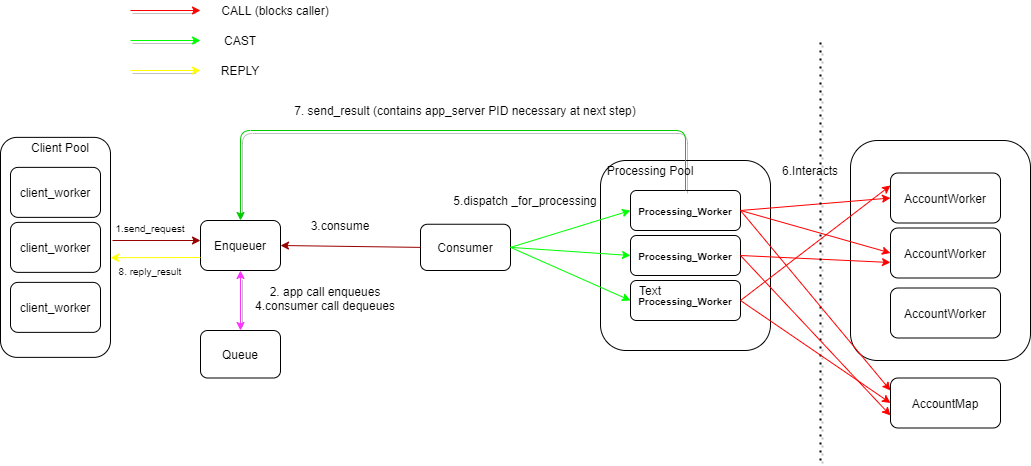
sanzor/Banking-Application keeps this draw.io diagram as system.png. Above is the earlier version. Source tidied: cells renumbered, new cells last; positions are measured from the earlier drawing's top-left corner, leaving out a move shared by most shapes.
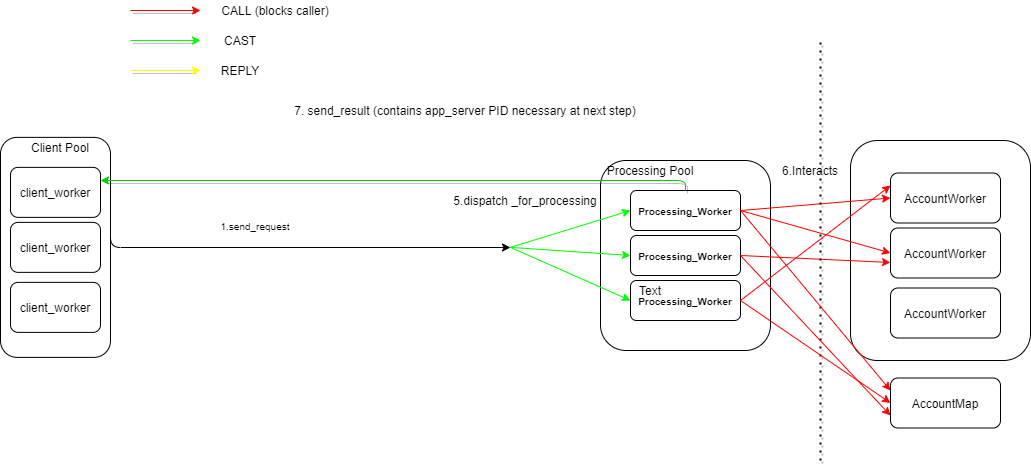
Above is the later version.

What changed in the source:
```diff
@@ -11,12 +11,6 @@
     <mxCell id="4" value="client_worker" style="rounded=1;whiteSpace=wrap;html=1;" parent="1" vertex="1">
       <mxGeometry x="10" y="221.9" width="90" height="50" as="geometry" />
     </mxCell>
-    <mxCell id="5" value="Enqueuer" style="rounded=1;whiteSpace=wrap;html=1;" parent="1" vertex="1">
-      <mxGeometry x="200" y="220" width="80" height="50" as="geometry" />
-    </mxCell>
-    <mxCell id="6" value="Consumer" style="rounded=1;whiteSpace=wrap;html=1;" parent="1" vertex="1">
-      <mxGeometry x="420" y="223.8" width="90" height="46.2" as="geometry" />
-    </mxCell>
     <mxCell id="7" value="Server" style="rounded=1;whiteSpace=wrap;html=1;" parent="1" vertex="1">
       <mxGeometry x="850" y="140" width="180" height="220" as="geometry" />
     </mxCell>
@@ -38,20 +32,20 @@
     <mxCell id="13" value="AccountWorker" style="rounded=1;whiteSpace=wrap;html=1;" parent="1" vertex="1">
       <mxGeometry x="890" y="287.5" width="110" height="50" as="geometry" />
     </mxCell>
-    <mxCell id="14" style="endArrow=classic;html=1;fillColor=#FF0000;strokeColor=#990000;" parent="1" edge="1">
-      <mxGeometry relative="1" as="geometry">
-        <mxPoint x="112" y="240" as="sourcePoint" />
-        <mxPoint x="200" y="240" as="targetPoint" />
-      </mxGeometry>
-    </mxCell>
-    <mxCell id="15" style="endArrow=classic;html=1;exitX=1;exitY=0.5;exitDx=0;exitDy=0;entryX=0;entryY=0.5;entryDx=0;entryDy=0;strokeColor=#00FF00;" parent="1" edge="1" source="6" target="8">
-      <mxGeometry relative="1" as="geometry" />
+    <mxCell id="15" style="endArrow=classic;html=1;exitX=1;exitY=0.5;exitDx=0;exitDy=0;entryX=0;entryY=0.5;entryDx=0;entryDy=0;strokeColor=#00FF00;" parent="1" edge="1" target="8">
+      <mxGeometry relative="1" as="geometry">
+        <mxPoint x="510" y="246.9" as="sourcePoint" />
+      </mxGeometry>
     </mxCell>
-    <mxCell id="16" style="endArrow=classic;html=1;exitX=1;exitY=0.5;exitDx=0;exitDy=0;entryX=0;entryY=0.5;entryDx=0;entryDy=0;strokeColor=#00FF00;" parent="1" edge="1" source="6" target="9">
-      <mxGeometry relative="1" as="geometry" />
+    <mxCell id="16" style="endArrow=classic;html=1;exitX=1;exitY=0.5;exitDx=0;exitDy=0;entryX=0;entryY=0.5;entryDx=0;entryDy=0;strokeColor=#00FF00;" parent="1" edge="1" target="9">
+      <mxGeometry relative="1" as="geometry">
+        <mxPoint x="510" y="246.9" as="sourcePoint" />
+      </mxGeometry>
     </mxCell>
-    <mxCell id="17" style="endArrow=classic;html=1;entryX=0;entryY=0.5;entryDx=0;entryDy=0;fillColor=#00FF00;strokeColor=#00FF00;exitX=1;exitY=0.5;exitDx=0;exitDy=0;" parent="1" edge="1" source="6" target="10">
-      <mxGeometry relative="1" as="geometry" />
+    <mxCell id="17" style="endArrow=classic;html=1;entryX=0;entryY=0.5;entryDx=0;entryDy=0;fillColor=#00FF00;strokeColor=#00FF00;exitX=1;exitY=0.5;exitDx=0;exitDy=0;" parent="1" edge="1" target="10">
+      <mxGeometry relative="1" as="geometry">
+        <mxPoint x="510" y="246.9" as="sourcePoint" />
+      </mxGeometry>
     </mxCell>
     <mxCell id="18" style="endArrow=classic;html=1;exitX=1;exitY=0.5;exitDx=0;exitDy=0;entryX=0;entryY=0.5;entryDx=0;entryDy=0;strokeColor=#FF0000;" parent="1" edge="1" source="8" target="12">
       <mxGeometry relative="1" as="geometry" />
@@ -67,36 +61,19 @@
     <mxCell id="21" style="endArrow=classic;html=1;exitX=1;exitY=0.5;exitDx=0;exitDy=0;entryX=0;entryY=0.25;entryDx=0;entryDy=0;fillColor=#FF0000;strokeColor=#FF0000;" parent="1" edge="1" source="10" target="12">
       <mxGeometry relative="1" as="geometry" />
     </mxCell>
-    <mxCell id="22" style="edgeStyle=elbowEdgeStyle;elbow=vertical;endArrow=classic;html=1;exitX=0.5;exitY=0;exitDx=0;exitDy=0;fillColor=#0000CC;shadow=1;strokeColor=#00CC00;" parent="1" edge="1" source="8" target="5">
+    <mxCell id="22" style="edgeStyle=elbowEdgeStyle;elbow=vertical;endArrow=classic;html=1;exitX=0.5;exitY=0;exitDx=0;exitDy=0;fillColor=#0000CC;shadow=1;strokeColor=#00CC00;entryX=1;entryY=0.25;entryDx=0;entryDy=0;" parent="1" edge="1" source="8" target="47">
       <mxGeometry relative="1" as="geometry">
         <Array as="points">
-          <mxPoint x="400" y="130" />
+          <mxPoint x="400" y="180" />
         </Array>
       </mxGeometry>
     </mxCell>
-    <mxCell id="23" value="Queue" style="rounded=1;whiteSpace=wrap;html=1;" parent="1" vertex="1">
-      <mxGeometry x="200" y="330" width="80" height="47.5" as="geometry" />
-    </mxCell>
-    <mxCell id="24" style="endArrow=classic;html=1;exitX=0;exitY=0.5;exitDx=0;exitDy=0;entryX=1;entryY=0.5;entryDx=0;entryDy=0;strokeColor=#990000;" parent="1" edge="1" source="6" target="5">
-      <mxGeometry relative="1" as="geometry" />
-    </mxCell>
     <mxCell id="25" value="Processing Pool" style="text;html=1;strokeColor=none;fillColor=none;align=center;verticalAlign=middle;whiteSpace=wrap;rounded=0;" parent="1" vertex="1">
       <mxGeometry x="600" y="160" width="100" height="20" as="geometry" />
     </mxCell>
-    <mxCell id="26" value="3.consume" style="text;html=1;strokeColor=none;fillColor=none;align=center;verticalAlign=middle;whiteSpace=wrap;rounded=0;" parent="1" vertex="1">
-      <mxGeometry x="320" y="215" width="40" height="20" as="geometry" />
-    </mxCell>
     <mxCell id="27" value="&lt;font style=&quot;font-size: 10px&quot;&gt;1.send_request&lt;/font&gt;" style="text;html=1;strokeColor=none;fillColor=none;align=center;verticalAlign=middle;whiteSpace=wrap;rounded=0;" parent="1" vertex="1">
-      <mxGeometry x="130" y="216.9" width="40" height="20" as="geometry" />
+      <mxGeometry x="235" y="215" width="40" height="20" as="geometry" />
     </mxCell>
-    <mxCell id="28" value="&lt;font style=&quot;font-size: 10px&quot;&gt;8. reply_result&lt;/font&gt;" style="text;html=1;strokeColor=none;fillColor=none;align=center;verticalAlign=middle;whiteSpace=wrap;rounded=0;" parent="1" vertex="1">
-      <mxGeometry x="100" y="260" width="100" height="20" as="geometry" />
-    </mxCell>
-    <mxCell id="29" style="endArrow=classic;html=1;strokeColor=#FFFF00;entryX=1;entryY=0.547;entryDx=0;entryDy=0;entryPerimeter=0;" parent="1" edge="1" target="2">
-      <mxGeometry relative="1" as="geometry">
-        <mxPoint x="200" y="257" as="sourcePoint" />
-      </mxGeometry>
-    </mxCell>
     <mxCell id="30" value="Text" style="text;html=1;strokeColor=none;fillColor=none;align=center;verticalAlign=middle;whiteSpace=wrap;rounded=0;" parent="1" vertex="1">
       <mxGeometry x="630" y="280" width="40" height="20" as="geometry" />
     </mxCell>
@@ -109,12 +86,6 @@
     <mxCell id="32" value="5.dispatch _for_processing" style="text;html=1;strokeColor=none;fillColor=none;align=center;verticalAlign=middle;whiteSpace=wrap;rounded=0;" parent="1" vertex="1">
       <mxGeometry x="450" y="190" width="150" height="20" as="geometry" />
     </mxCell>
-    <mxCell id="33" style="endArrow=classic;startArrow=classic;html=1;shadow=1;strokeColor=#FF33FF;fillColor=#FF0000;exitX=0.5;exitY=0;exitDx=0;exitDy=0;entryX=0.5;entryY=1;entryDx=0;entryDy=0;" parent="1" edge="1" source="23" target="5">
-      <mxGeometry relative="1" as="geometry" />
-    </mxCell>
-    <mxCell id="34" value="2. app call enqueues&lt;br&gt;4.consumer call dequeues" style="text;html=1;strokeColor=none;fillColor=none;align=center;verticalAlign=middle;whiteSpace=wrap;rounded=0;" parent="1" vertex="1">
-      <mxGeometry x="240" y="287.5" width="170" height="20" as="geometry" />
-    </mxCell>
     <mxCell id="35" style="endArrow=classic;html=1;shadow=1;strokeColor=#FF0000;fillColor=#FF0000;" parent="1" edge="1">
       <mxGeometry relative="1" as="geometry">
         <mxPoint x="130" y="10" as="sourcePoint" />
@@ -173,5 +144,13 @@
     <mxCell id="49" value="Client Pool" style="text;html=1;strokeColor=none;fillColor=none;align=center;verticalAlign=middle;whiteSpace=wrap;rounded=0;" parent="1" vertex="1">
       <mxGeometry x="10" y="136.9" width="100" height="20" as="geometry" />
     </mxCell>
+    <mxCell id="50" style="edgeStyle=elbowEdgeStyle;elbow=vertical;endArrow=classic;html=1;exitX=1;exitY=0.25;exitDx=0;exitDy=0;" parent="1" edge="1" source="2">
+      <mxGeometry relative="1" as="geometry">
+        <mxPoint x="510" y="247" as="targetPoint" />
+        <Array as="points">
+          <mxPoint x="310" y="247" />
+        </Array>
+      </mxGeometry>
+    </mxCell>
   </root>
 </mxGraphModel>
```
